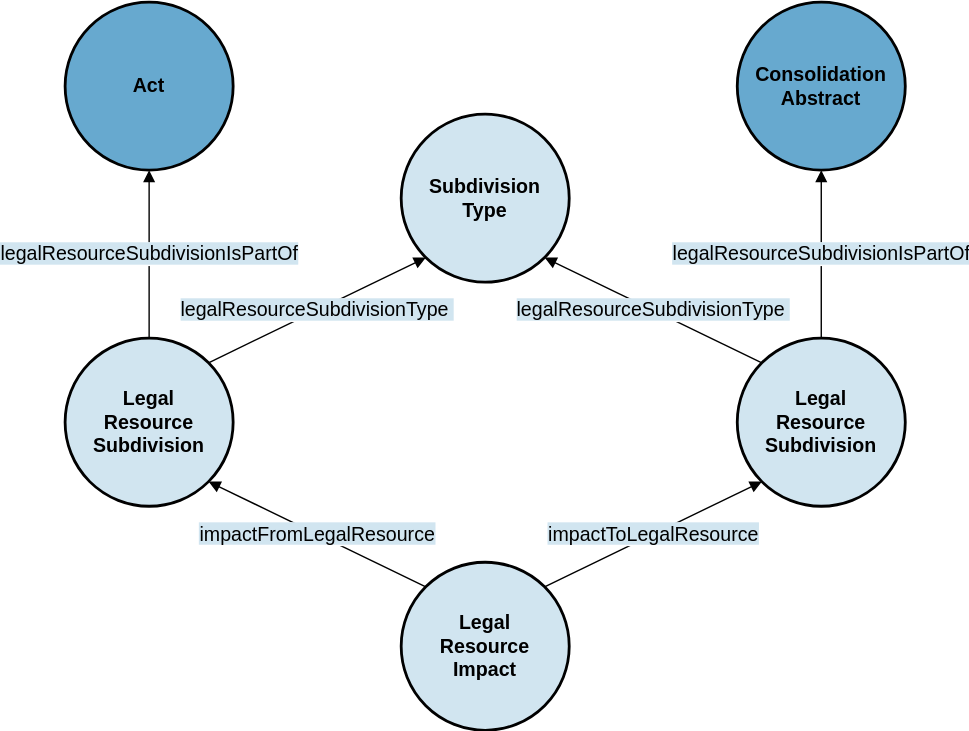
Above: doc/img/impact.svg in bequrios/jolux-sphinx (draw.io), before the change. Source tidied: cells renumbered, new cells last; positions are measured from the earlier drawing's top-left corner, leaving out a move shared by most shapes.
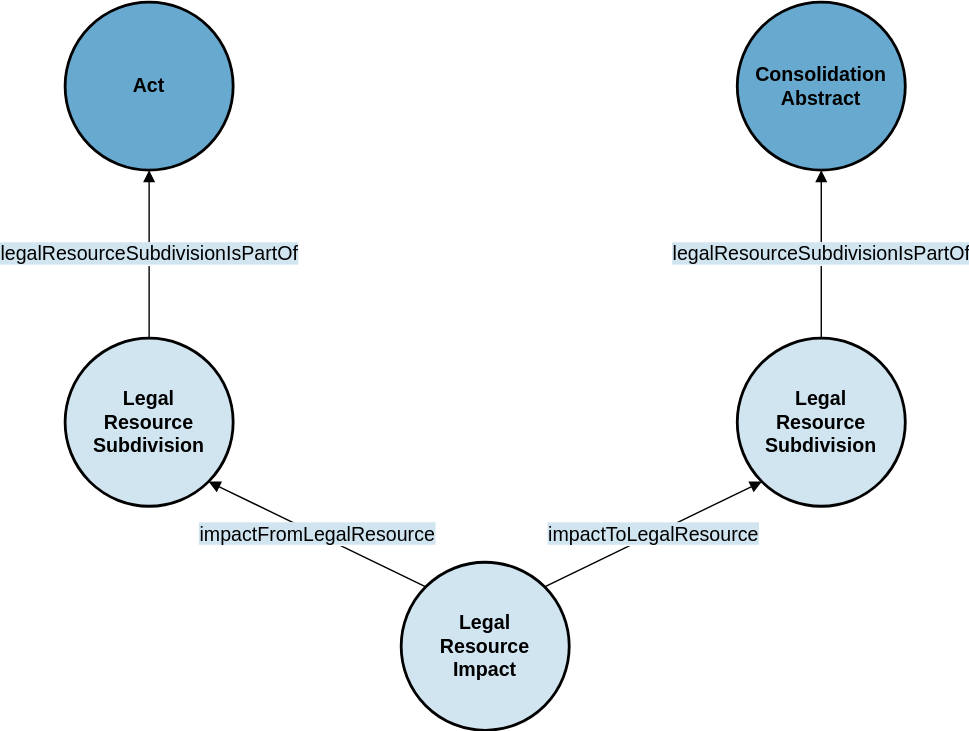
The same file after the commit.

The edit, as a diff of the source:
```diff
@@ -29,14 +29,5 @@
     <mxCell id="10" value="&lt;span style=&quot;background-color: rgb(209, 229, 240);&quot;&gt;legalResourceSubdivisionIsPartOf&lt;/span&gt;" style="endArrow=block;html=1;strokeColor=#000000;fontSize=14;fontColor=#000000;endFill=1;entryX=0.5;entryY=1;entryDx=0;entryDy=0;exitX=0.5;exitY=0;exitDx=0;exitDy=0;" parent="1" edge="1" source="6" target="5">
       <mxGeometry relative="1" as="geometry" />
     </mxCell>
-    <mxCell id="11" value="&lt;b&gt;Subdivision&lt;br&gt;Type&lt;/b&gt;" style="ellipse;whiteSpace=wrap;html=1;rounded=0;shadow=0;glass=0;comic=0;strokeColor=#000000;strokeWidth=2;fillColor=#D1E5F0;gradientColor=none;fontSize=14;fontColor=#000000;align=center;" parent="1" vertex="1">
-      <mxGeometry x="240" y="80" width="120" height="120" as="geometry" />
-    </mxCell>
-    <mxCell id="12" value="&lt;span style=&quot;background-color: rgb(209, 229, 240);&quot;&gt;legalResourceSubdivisionType&amp;nbsp;&lt;/span&gt;" style="endArrow=block;html=1;strokeColor=#000000;fontSize=14;fontColor=#000000;endFill=1;entryX=0;entryY=1;entryDx=0;entryDy=0;exitX=1;exitY=0;exitDx=0;exitDy=0;" parent="1" edge="1" source="4" target="11">
-      <mxGeometry relative="1" as="geometry" />
-    </mxCell>
-    <mxCell id="13" value="&lt;span style=&quot;background-color: rgb(209, 229, 240);&quot;&gt;legalResourceSubdivisionType&amp;nbsp;&lt;/span&gt;" style="endArrow=block;html=1;strokeColor=#000000;fontSize=14;fontColor=#000000;endFill=1;entryX=1;entryY=1;entryDx=0;entryDy=0;exitX=0;exitY=0;exitDx=0;exitDy=0;" parent="1" edge="1" source="6" target="11">
-      <mxGeometry relative="1" as="geometry" />
-    </mxCell>
   </root>
 </mxGraphModel>
```
